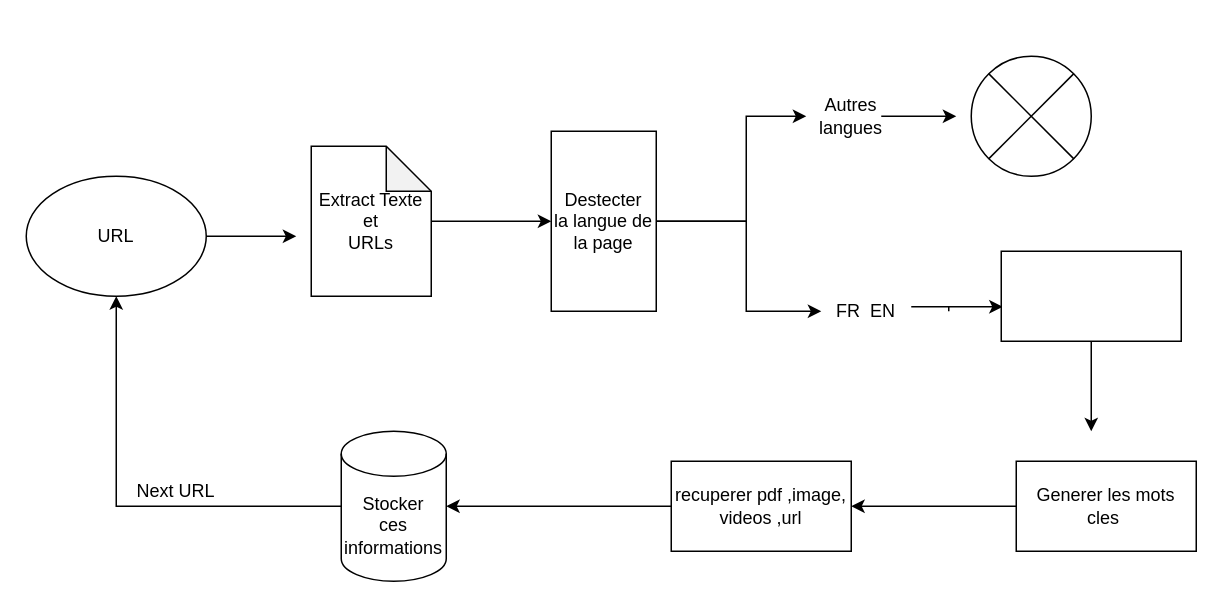
This is Untitled Diagram.drawio from Mamadou-Ndiaye/spiderWHO, a draw.io file, before an edit. Source tidied: cells renumbered, new cells numbered last; positions are measured from the earlier drawing's top-left corner, leaving out a move shared by most shapes. Both pictures are drawn from the tidied source at 150%, with x=0, y=0 at pixel (26, 56).
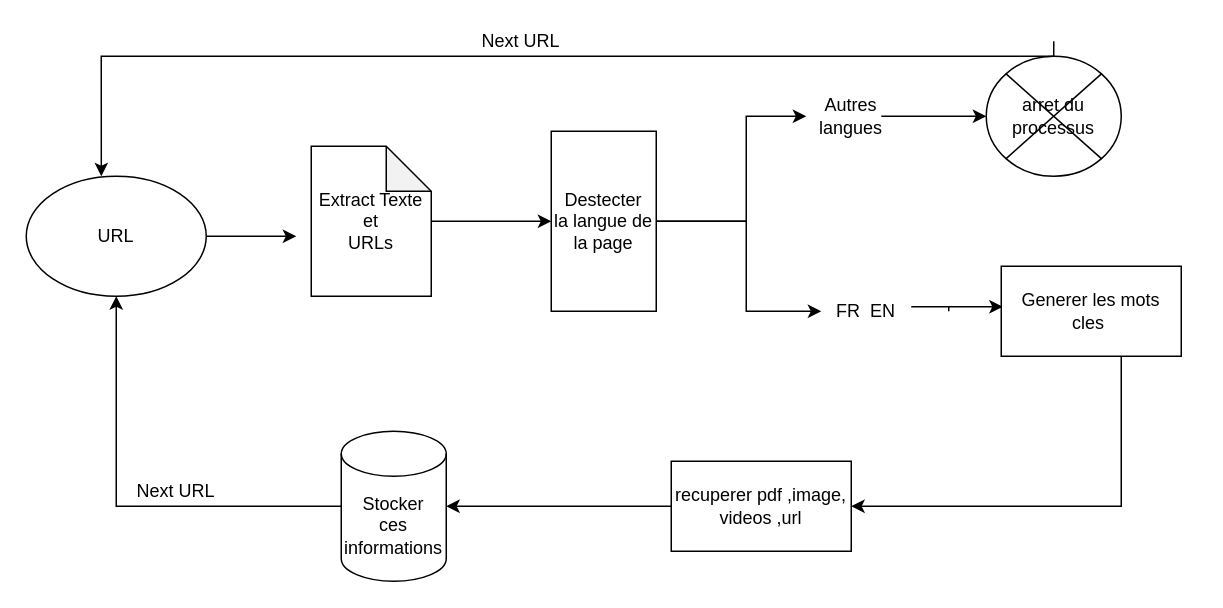
The same diagram, later.

Commit message:
schema scrapy

The change refers to these unchanged cells:
```xml
<mxCell id="3" value="URL&lt;br&gt;" style="ellipse;whiteSpace=wrap;html=1;" parent="1" vertex="1">
  <mxGeometry y="80" width="120" height="80" as="geometry" />
</mxCell>
<mxCell id="10" value="Autres langues" style="text;html=1;strokeColor=none;fillColor=none;align=center;verticalAlign=middle;whiteSpace=wrap;rounded=0;" parent="1" vertex="1">
  <mxGeometry x="530" y="30" width="40" height="20" as="geometry" />
</mxCell>
<mxCell id="19" value="recuperer pdf ,image,&lt;br&gt;videos ,url" style="rounded=0;whiteSpace=wrap;html=1;" parent="1" vertex="1">
  <mxGeometry x="430" y="270" width="120" height="60" as="geometry" />
</mxCell>
```

The edit, as a diff of the source:
```diff
@@
-    <mxCell id="9" style="edgeStyle=orthogonalEdgeStyle;rounded=0;jettySize=auto;html=1;" parent="1" edge="1" source="10">
-      <mxGeometry relative="1" as="geometry">
-        <mxPoint x="620" y="40" as="targetPoint" />
-      </mxGeometry>
+    <mxCell id="9" style="edgeStyle=orthogonalEdgeStyle;rounded=0;jettySize=auto;html=1;entryX=0;entryY=0.5;entryDx=0;entryDy=0;" parent="1" edge="1" source="10" target="11">
+      <mxGeometry relative="1" as="geometry" />
     </mxCell>
@@
+    <mxCell id="23" style="edgeStyle=orthogonalEdgeStyle;rounded=0;jettySize=auto;html=1;entryX=0.417;entryY=0;entryDx=0;entryDy=0;entryPerimeter=0;" parent="1" edge="1" target="3">
+      <mxGeometry relative="1" as="geometry">
+        <mxPoint x="685" y="-10" as="sourcePoint" />
+        <Array as="points">
+          <mxPoint x="50" />
+        </Array>
+      </mxGeometry>
+    </mxCell>
-    <mxCell id="11" style="shape=sumEllipse;perimeter=ellipsePerimeter;whiteSpace=wrap;html=1;backgroundOutline=1;" parent="1" vertex="1">
-      <mxGeometry x="630" width="80" height="80" as="geometry" />
+    <mxCell id="11" value="arret du processus" style="shape=sumEllipse;perimeter=ellipsePerimeter;whiteSpace=wrap;html=1;backgroundOutline=1;" parent="1" vertex="1">
+      <mxGeometry x="640" width="90" height="80" as="geometry" />
     </mxCell>
-    <mxCell id="12" style="edgeStyle=orthogonalEdgeStyle;rounded=0;jettySize=auto;html=1;entryX=0.008;entryY=0.617;entryDx=0;entryDy=0;entryPerimeter=0;" parent="1" edge="1" target="15">
+    <mxCell id="12" style="edgeStyle=orthogonalEdgeStyle;rounded=0;orthogonalLoop=1;jettySize=auto;html=1;entryX=0.008;entryY=0.617;entryDx=0;entryDy=0;entryPerimeter=0;" parent="1" edge="1">
       <mxGeometry relative="1" as="geometry">
         <mxPoint x="590" y="167" as="sourcePoint" />
+        <mxPoint x="651" y="167" as="targetPoint" />
         <Array as="points">
           <mxPoint x="615" y="170" />
           <mxPoint x="615" y="167" />
           <mxPoint x="641" y="167" />
         </Array>
       </mxGeometry>
     </mxCell>
@@
-    <mxCell id="14" style="edgeStyle=orthogonalEdgeStyle;rounded=0;jettySize=auto;html=1;" parent="1" edge="1" source="15">
-      <mxGeometry relative="1" as="geometry">
-        <mxPoint x="710" y="250" as="targetPoint" />
-      </mxGeometry>
-    </mxCell>
-    <mxCell id="15" style="rounded=0;whiteSpace=wrap;html=1;" parent="1" vertex="1">
-      <mxGeometry x="650" y="130" width="120" height="60" as="geometry" />
-    </mxCell>
     <mxCell id="16" style="edgeStyle=orthogonalEdgeStyle;rounded=0;jettySize=auto;html=1;entryX=1;entryY=0.5;entryDx=0;entryDy=0;" parent="1" edge="1" source="17" target="19">
-      <mxGeometry relative="1" as="geometry" />
+      <mxGeometry relative="1" as="geometry">
+        <Array as="points">
+          <mxPoint x="730" y="300" />
+        </Array>
+      </mxGeometry>
     </mxCell>
     <mxCell id="17" value="Generer les mots cles&amp;nbsp;" style="rounded=0;whiteSpace=wrap;html=1;" parent="1" vertex="1">
-      <mxGeometry x="660" y="270" width="120" height="60" as="geometry" />
+      <mxGeometry x="650" y="140" width="120" height="60" as="geometry" />
     </mxCell>
@@
+    <mxCell id="24" value="Next URL" style="text;html=1;strokeColor=none;fillColor=none;align=center;verticalAlign=middle;whiteSpace=wrap;rounded=0;" parent="1" vertex="1">
+      <mxGeometry x="300" y="-20" width="60" height="20" as="geometry" />
+    </mxCell>
```
